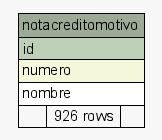
Before: postgresql/schemaSpy/salida/diagrams/summary/notacreditomotivo.1degree.png, a diagram exported from Graphviz (diegopablomansilla/massoftware_front). Its source is kept beside it as postgresql/schemaSpy/salida/diagrams/summary/notacreditomotivo.1degree.dot. Its diagram source:
```dot
digraph "notacreditomotivo" {
  graph [
    rankdir="RL"
    bgcolor="#f7f7f7"
    nodesep="0.18"
    ranksep="0.46"
    fontname="Helvetica"
    fontsize="11"
  ];
  node [
    fontname="Helvetica"
    fontsize="11"
    shape="plaintext"
  ];
  edge [
    arrowsize="0.8"
  ];
  "notacreditomotivo" [
    label=<
    <TABLE BORDER="0" CELLBORDER="1" CELLSPACING="0" BGCOLOR="#ffffff">
      <TR><TD COLSPAN="3" BGCOLOR="#9bab96" ALIGN="CENTER">notacreditomotivo</TD></TR>
      <TR><TD PORT="id" COLSPAN="3" BGCOLOR="#bed1b8" ALIGN="LEFT">id</TD></TR>
      <TR><TD PORT="numero" COLSPAN="3" BGCOLOR="#f4f7da" ALIGN="LEFT">numero</TD></TR>
      <TR><TD PORT="nombre" COLSPAN="3" ALIGN="LEFT">nombre</TD></TR>
      <TR><TD ALIGN="LEFT" BGCOLOR="#f7f7f7">  </TD><TD ALIGN="RIGHT" BGCOLOR="#f7f7f7">926 rows</TD><TD ALIGN="RIGHT" BGCOLOR="#f7f7f7">  </TD></TR>
    </TABLE>>
    URL="tables/notacreditomotivo.html"
    tooltip="notacreditomotivo"
  ];
}
```
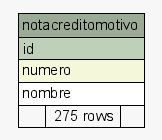
After the change.

Diff of the diagram source:
```diff
@@ -22,7 +22,7 @@
       <TR><TD PORT="id" COLSPAN="3" BGCOLOR="#bed1b8" ALIGN="LEFT">id</TD></TR>
       <TR><TD PORT="numero" COLSPAN="3" BGCOLOR="#f4f7da" ALIGN="LEFT">numero</TD></TR>
       <TR><TD PORT="nombre" COLSPAN="3" ALIGN="LEFT">nombre</TD></TR>
-      <TR><TD ALIGN="LEFT" BGCOLOR="#f7f7f7">  </TD><TD ALIGN="RIGHT" BGCOLOR="#f7f7f7">926 rows</TD><TD ALIGN="RIGHT" BGCOLOR="#f7f7f7">  </TD></TR>
+      <TR><TD ALIGN="LEFT" BGCOLOR="#f7f7f7">  </TD><TD ALIGN="RIGHT" BGCOLOR="#f7f7f7">275 rows</TD><TD ALIGN="RIGHT" BGCOLOR="#f7f7f7">  </TD></TR>
     </TABLE>>
     URL="tables/notacreditomotivo.html"
     tooltip="notacreditomotivo"
```
